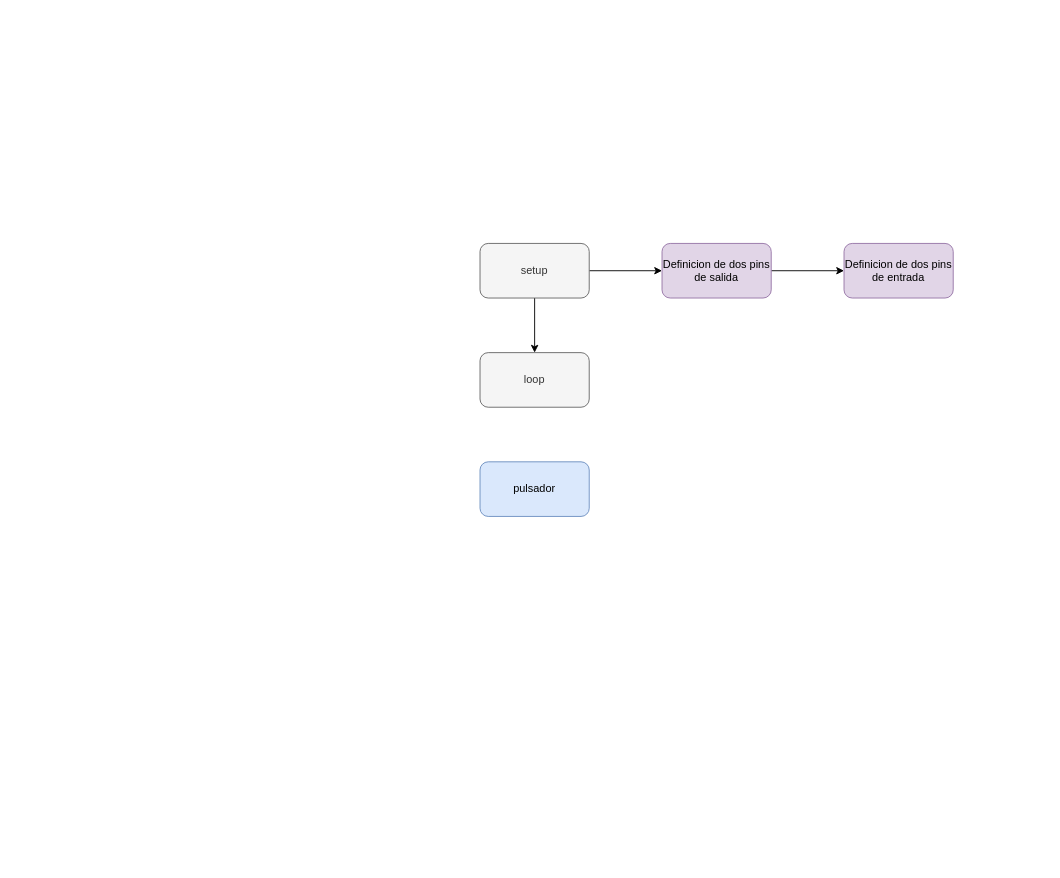
This is Proyectos/05-PulsadorDos/diagramaPulsadorDos.drawio from MAIALERT/ucc-electiva-iv, a draw.io file, before an edit. Source tidied: cells renumbered, new cells numbered last; positions are measured from the earlier drawing's top-left corner, leaving out a move shared by most shapes. Both pictures are drawn from the tidied source at 91%, with x=0, y=0 at pixel (480, 243).
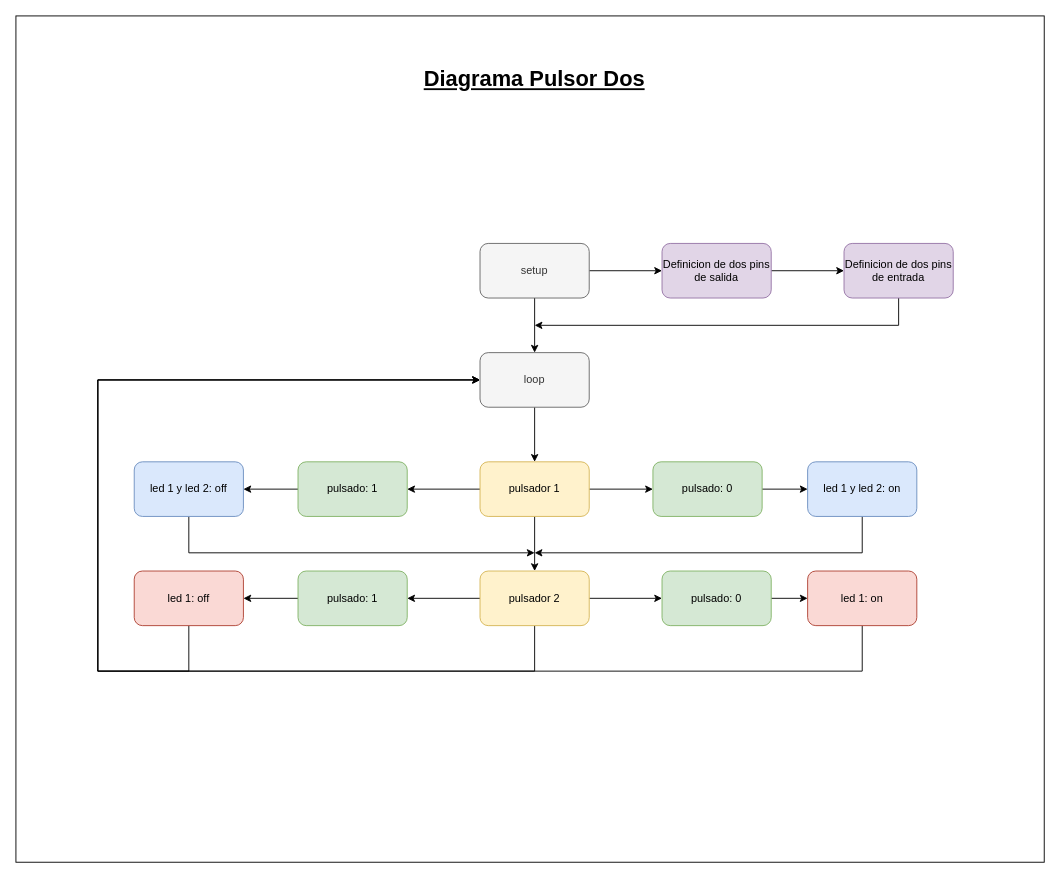
The same page after the edit.

Unchanged cells that the change refers to:
```xml
<mxCell id="5" value="loop" style="rounded=1;whiteSpace=wrap;html=1;fillColor=#f5f5f5;strokeColor=#666666;fontColor=#333333;" parent="1" vertex="1">
  <mxGeometry y="120" width="120" height="60" as="geometry" />
</mxCell>
<mxCell id="8" value="Definicion de dos pins de entrada" style="rounded=1;whiteSpace=wrap;html=1;fillColor=#e1d5e7;strokeColor=#9673a6;" parent="1" vertex="1">
  <mxGeometry x="400" width="120" height="60" as="geometry" />
</mxCell>
```

Diff of the diagram source:
```diff
@@
+    <mxCell id="10" style="rounded=0;whiteSpace=wrap;html=1;fontColor=#000000;" parent="1" vertex="1">
+      <mxGeometry x="-510" y="-250" width="1130" height="930" as="geometry" />
+    </mxCell>
@@
+    <mxCell id="11" style="edgeStyle=orthogonalEdgeStyle;rounded=0;jettySize=auto;html=1;fontColor=#000000;" parent="1" edge="1" source="5" target="16">
+      <mxGeometry relative="1" as="geometry" />
+    </mxCell>
@@
+    <mxCell id="12" style="edgeStyle=orthogonalEdgeStyle;rounded=0;jettySize=auto;html=1;fontColor=#000000;" parent="1" edge="1" source="8">
+      <mxGeometry relative="1" as="geometry">
+        <mxPoint x="60" y="90" as="targetPoint" />
+        <Array as="points">
+          <mxPoint x="460" y="90" />
+        </Array>
+      </mxGeometry>
+    </mxCell>
@@
-    <mxCell id="9" value="pulsador" style="rounded=1;whiteSpace=wrap;html=1;fillColor=#dae8fc;strokeColor=#6c8ebf;" parent="1" vertex="1">
-      <mxGeometry y="240" width="120" height="60" as="geometry" />
-    </mxCell>
+    <mxCell id="13" style="edgeStyle=orthogonalEdgeStyle;rounded=0;jettySize=auto;html=1;fontColor=#000000;" parent="1" edge="1" source="16" target="18">
+      <mxGeometry relative="1" as="geometry" />
+    </mxCell>
+    <mxCell id="14" style="edgeStyle=orthogonalEdgeStyle;rounded=0;jettySize=auto;html=1;fontColor=#000000;" parent="1" edge="1" source="16" target="20">
+      <mxGeometry relative="1" as="geometry" />
+    </mxCell>
+    <mxCell id="15" style="edgeStyle=orthogonalEdgeStyle;rounded=0;jettySize=auto;html=1;fontColor=#000000;" parent="1" edge="1" source="16" target="28">
+      <mxGeometry relative="1" as="geometry" />
+    </mxCell>
+    <mxCell id="16" value="pulsador 1" style="rounded=1;whiteSpace=wrap;html=1;fillColor=#fff2cc;strokeColor=#d6b656;" parent="1" vertex="1">
+      <mxGeometry y="240" width="120" height="60" as="geometry" />
+    </mxCell>
+    <mxCell id="17" style="edgeStyle=orthogonalEdgeStyle;rounded=0;jettySize=auto;html=1;fontColor=#000000;" parent="1" edge="1" source="18" target="22">
+      <mxGeometry relative="1" as="geometry" />
+    </mxCell>
+    <mxCell id="18" value="pulsado: 0" style="rounded=1;whiteSpace=wrap;html=1;fillColor=#d5e8d4;strokeColor=#82b366;" parent="1" vertex="1">
+      <mxGeometry x="190" y="240" width="120" height="60" as="geometry" />
+    </mxCell>
+    <mxCell id="19" style="edgeStyle=orthogonalEdgeStyle;rounded=0;jettySize=auto;html=1;fontColor=#000000;" parent="1" edge="1" source="20" target="24">
+      <mxGeometry relative="1" as="geometry" />
+    </mxCell>
+    <mxCell id="20" value="pulsado: 1" style="rounded=1;whiteSpace=wrap;html=1;fillColor=#d5e8d4;strokeColor=#82b366;" parent="1" vertex="1">
+      <mxGeometry x="-200" y="240" width="120" height="60" as="geometry" />
+    </mxCell>
+    <mxCell id="21" style="edgeStyle=orthogonalEdgeStyle;rounded=0;jettySize=auto;html=1;fontColor=#000000;" parent="1" edge="1" source="22">
+      <mxGeometry relative="1" as="geometry">
+        <mxPoint x="60" y="340" as="targetPoint" />
+        <Array as="points">
+          <mxPoint x="420" y="340" />
+        </Array>
+      </mxGeometry>
+    </mxCell>
+    <mxCell id="22" value="led 1 y led 2: on" style="rounded=1;whiteSpace=wrap;html=1;fillColor=#dae8fc;strokeColor=#6c8ebf;" parent="1" vertex="1">
+      <mxGeometry x="360" y="240" width="120" height="60" as="geometry" />
+    </mxCell>
+    <mxCell id="23" style="edgeStyle=orthogonalEdgeStyle;rounded=0;jettySize=auto;html=1;fontColor=#000000;" parent="1" edge="1" source="24">
+      <mxGeometry relative="1" as="geometry">
+        <mxPoint x="60" y="340" as="targetPoint" />
+        <Array as="points">
+          <mxPoint x="-320" y="340" />
+        </Array>
+      </mxGeometry>
+    </mxCell>
+    <mxCell id="24" value="led 1 y led 2: off" style="rounded=1;whiteSpace=wrap;html=1;fillColor=#dae8fc;strokeColor=#6c8ebf;" parent="1" vertex="1">
+      <mxGeometry x="-380" y="240" width="120" height="60" as="geometry" />
+    </mxCell>
+    <mxCell id="25" style="edgeStyle=orthogonalEdgeStyle;rounded=0;jettySize=auto;html=1;fontColor=#000000;" parent="1" edge="1" source="28" target="30">
+      <mxGeometry relative="1" as="geometry" />
+    </mxCell>
+    <mxCell id="26" style="edgeStyle=orthogonalEdgeStyle;rounded=0;jettySize=auto;html=1;fontColor=#000000;" parent="1" edge="1" source="28" target="32">
+      <mxGeometry relative="1" as="geometry" />
+    </mxCell>
+    <mxCell id="27" style="edgeStyle=orthogonalEdgeStyle;rounded=0;jettySize=auto;html=1;entryX=0;entryY=0.5;entryDx=0;entryDy=0;fontColor=#000000;" parent="1" edge="1" source="28" target="5">
+      <mxGeometry relative="1" as="geometry">
+        <Array as="points">
+          <mxPoint x="60" y="470" />
+          <mxPoint x="-420" y="470" />
+          <mxPoint x="-420" y="150" />
+        </Array>
+      </mxGeometry>
+    </mxCell>
+    <mxCell id="28" value="pulsador 2" style="rounded=1;whiteSpace=wrap;html=1;fillColor=#fff2cc;strokeColor=#d6b656;" parent="1" vertex="1">
+      <mxGeometry y="360" width="120" height="60" as="geometry" />
+    </mxCell>
+    <mxCell id="29" style="edgeStyle=orthogonalEdgeStyle;rounded=0;jettySize=auto;html=1;fontColor=#000000;" parent="1" edge="1" source="30" target="34">
+      <mxGeometry relative="1" as="geometry" />
+    </mxCell>
+    <mxCell id="30" value="pulsado: 0" style="rounded=1;whiteSpace=wrap;html=1;fillColor=#d5e8d4;strokeColor=#82b366;" parent="1" vertex="1">
+      <mxGeometry x="200" y="360" width="120" height="60" as="geometry" />
+    </mxCell>
+    <mxCell id="31" style="edgeStyle=orthogonalEdgeStyle;rounded=0;jettySize=auto;html=1;fontColor=#000000;" parent="1" edge="1" source="32" target="36">
+      <mxGeometry relative="1" as="geometry" />
+    </mxCell>
+    <mxCell id="32" value="pulsado: 1" style="rounded=1;whiteSpace=wrap;html=1;fillColor=#d5e8d4;strokeColor=#82b366;" parent="1" vertex="1">
+      <mxGeometry x="-200" y="360" width="120" height="60" as="geometry" />
+    </mxCell>
+    <mxCell id="33" style="edgeStyle=orthogonalEdgeStyle;rounded=0;jettySize=auto;html=1;entryX=0;entryY=0.5;entryDx=0;entryDy=0;fontColor=#000000;" parent="1" edge="1" source="34" target="5">
+      <mxGeometry relative="1" as="geometry">
+        <Array as="points">
+          <mxPoint x="420" y="470" />
+          <mxPoint x="-420" y="470" />
+          <mxPoint x="-420" y="150" />
+        </Array>
+      </mxGeometry>
+    </mxCell>
+    <mxCell id="34" value="led 1: on" style="rounded=1;whiteSpace=wrap;html=1;fillColor=#fad9d5;strokeColor=#ae4132;" parent="1" vertex="1">
+      <mxGeometry x="360" y="360" width="120" height="60" as="geometry" />
+    </mxCell>
+    <mxCell id="35" style="edgeStyle=orthogonalEdgeStyle;rounded=0;jettySize=auto;html=1;fontColor=#000000;" parent="1" edge="1" source="36">
+      <mxGeometry relative="1" as="geometry">
+        <mxPoint y="150" as="targetPoint" />
+        <Array as="points">
+          <mxPoint x="-320" y="470" />
+          <mxPoint x="-420" y="470" />
+          <mxPoint x="-420" y="150" />
+        </Array>
+      </mxGeometry>
+    </mxCell>
+    <mxCell id="36" value="led 1: off" style="rounded=1;whiteSpace=wrap;html=1;fillColor=#fad9d5;strokeColor=#ae4132;" parent="1" vertex="1">
+      <mxGeometry x="-380" y="360" width="120" height="60" as="geometry" />
+    </mxCell>
+    <mxCell id="37" value="Diagrama Pulsor Dos" style="text;html=1;strokeColor=none;fillColor=none;align=center;verticalAlign=middle;whiteSpace=wrap;rounded=0;fontColor=#000000;fontSize=24;fontStyle=5;" parent="1" vertex="1">
+      <mxGeometry x="-80" y="-190" width="280" height="20" as="geometry" />
+    </mxCell>
```
